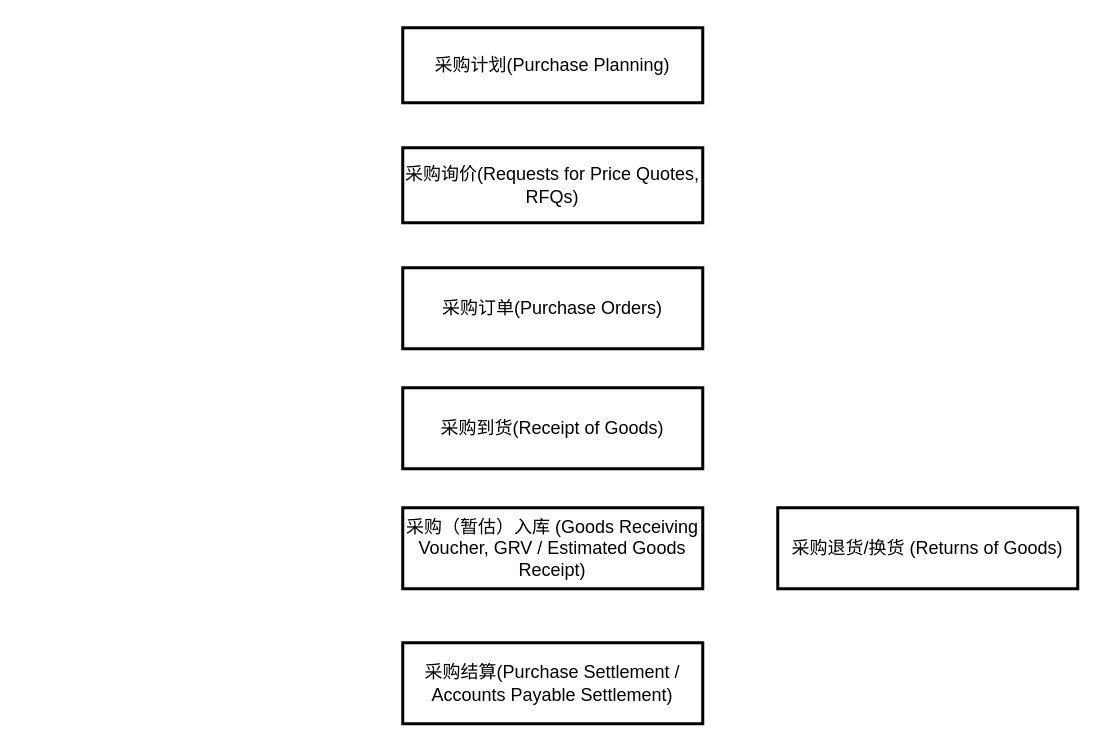
Before: ERP.drawio in CJyoung524/DrawIO, a draw.io diagram. Source tidied: cells renumbered, new cells numbered last; positions are measured from the earlier drawing's top-left corner, leaving out a move shared by most shapes. Both pictures are drawn from the tidied source at 150%, with x=0, y=0 at pixel (402, 27).
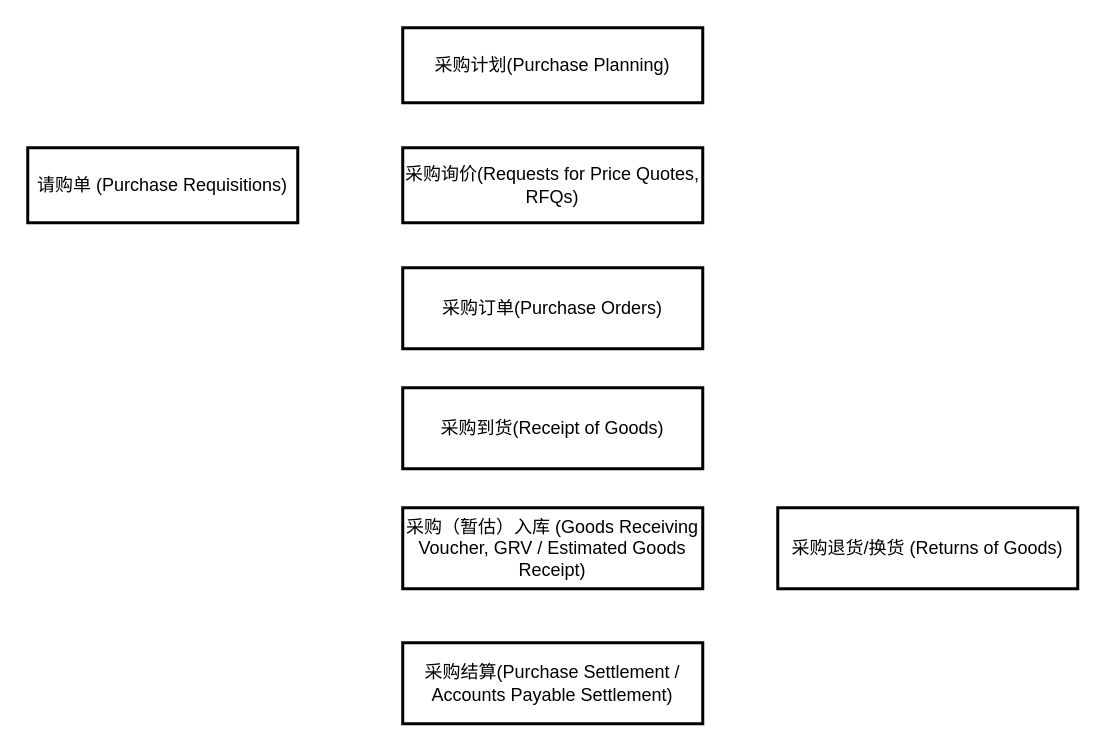
The same page after the edit.

The edit, as a diff of the source:
```diff
@@
 <mxGraphModel>
   <root>
     <mxCell id="0" />
     <mxCell id="1" parent="0" />
     <mxCell id="2" value="采购计划(Purchase Planning)" style="whiteSpace=wrap;strokeWidth=2;" parent="1" vertex="1">
       <mxGeometry width="200" height="50" as="geometry" />
     </mxCell>
     <mxCell id="3" value="采购询价(Requests for Price Quotes, RFQs)" style="whiteSpace=wrap;strokeWidth=2;" parent="1" vertex="1">
       <mxGeometry y="80" width="200" height="50" as="geometry" />
     </mxCell>
     <mxCell id="4" value="采购订单(Purchase Orders)" style="whiteSpace=wrap;strokeWidth=2;" parent="1" vertex="1">
       <mxGeometry y="160" width="200" height="54" as="geometry" />
     </mxCell>
     <mxCell id="5" value="采购到货(Receipt of Goods)" style="whiteSpace=wrap;strokeWidth=2;" parent="1" vertex="1">
       <mxGeometry y="240" width="200" height="54" as="geometry" />
     </mxCell>
     <mxCell id="6" value="采购（暂估）入库 (Goods Receiving Voucher, GRV / Estimated Goods Receipt)" style="whiteSpace=wrap;strokeWidth=2;" parent="1" vertex="1">
       <mxGeometry y="320" width="200" height="54" as="geometry" />
     </mxCell>
     <mxCell id="7" value="采购结算(Purchase Settlement / Accounts Payable Settlement)" style="whiteSpace=wrap;strokeWidth=2;" parent="1" vertex="1">
       <mxGeometry y="410" width="200" height="54" as="geometry" />
     </mxCell>
     <mxCell id="8" value="采购退货/换货 (Returns of Goods)" style="whiteSpace=wrap;strokeWidth=2;" parent="1" vertex="1">
       <mxGeometry x="250" y="320" width="200" height="54" as="geometry" />
     </mxCell>
+    <mxCell id="9" value="请购单 (Purchase Requisitions)" style="whiteSpace=wrap;strokeWidth=2;" parent="1" vertex="1">
+      <mxGeometry x="-250" y="80" width="180" height="50" as="geometry" />
+    </mxCell>
   </root>
 </mxGraphModel>
```
